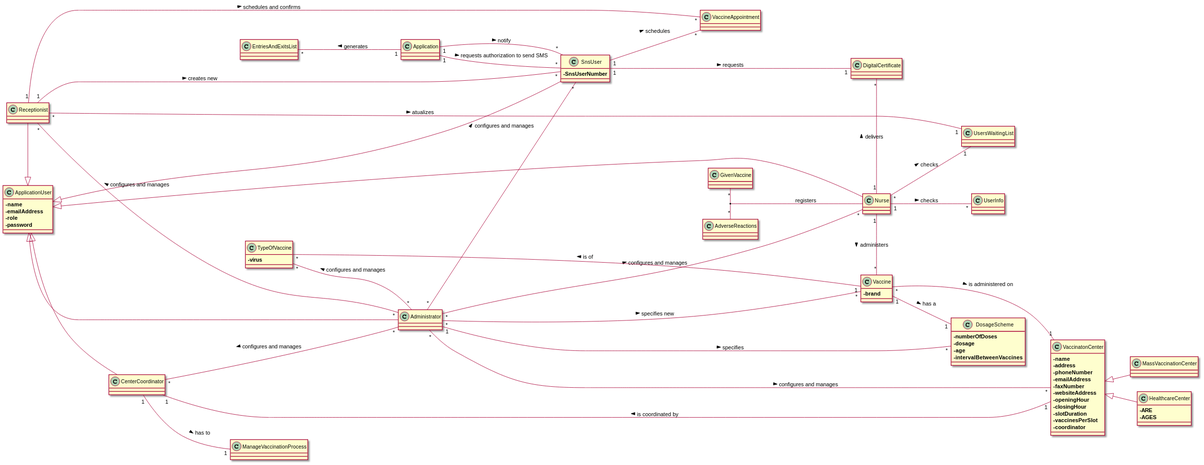
The PlantUML diagram docs/SprintB/DM.svg in Pirussa/lei-22-s2-1da-g02, before a commit.
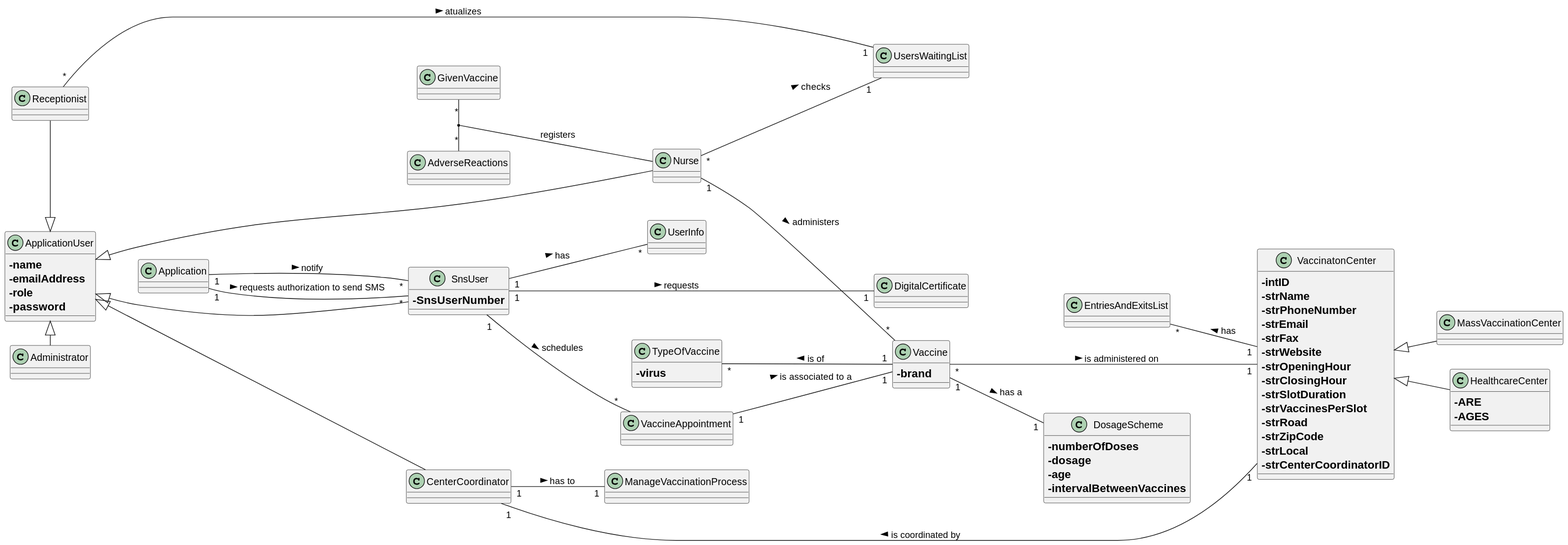
The same diagram one commit later.

Diff of the diagram source:
```diff
@@ -17,12 +17,11 @@
 }
 
 ApplicationUser <|--- SnsUser
-ApplicationUser <|-- Nurse
+ApplicationUser <|---- Nurse
 ApplicationUser <|-left- Receptionist
 ApplicationUser <|- Administrator
 ApplicationUser <|--- CenterCoordinator
 
-Receptionist "1" - "*" SnsUser : creates new >
 
 
 class Receptionist
@@ -31,28 +30,23 @@
 
 class CenterCoordinator
 
-Administrator "*" -- "*" SnsUser : configures and manages  >
-Administrator "*" - "*" Nurse : configures and manages >
-Administrator "*" -l- "*" Receptionist : configures and manages >
-Administrator "*" -- "*" VaccinatonCenter : configures and manages >
-Administrator "*" -up-- "*" CenterCoordinator : configures and manages >
-Administrator "*" -up- "*" TypeOfVaccine : configures and manages >
-Administrator "*" -- "*" Vaccine : specifies new >
-Administrator "1" - "*" DosageScheme : specifies  >
 
 
 class VaccinatonCenter {
-==-name
-==-address
-==-phoneNumber
-==-emailAddress
-==-faxNumber
-==-websiteAddress
-==-openingHour
-==-closingHour
-==-slotDuration
-==-vaccinesPerSlot
-==-coordinator
+==-intID
+==-strName
+==-strPhoneNumber
+==-strEmail
+==-strFax
+==-strWebsite
+==-strOpeningHour
+==-strClosingHour
+==-strSlotDuration
+==-strVaccinesPerSlot
+==-strRoad
+==-strZipCode
+==-strLocal
+==-strCenterCoordinatorID
  }
 
 class MassVaccinationCenter extends VaccinatonCenter {
@@ -86,13 +80,11 @@
 
 class DigitalCertificate
 
-Nurse "1" -left "*" DigitalCertificate : delivers >
 SnsUser "1" --- "1" DigitalCertificate : requests >
 
 class VaccineAppointment
 
 SnsUser "1" -- "*" VaccineAppointment : schedules >
-Receptionist "1" - "*" VaccineAppointment : schedules and confirms >
 
 
 class UsersWaitingList
@@ -101,7 +93,11 @@
 Receptionist "*" - "1" UsersWaitingList : atualizes >
 Nurse "*" -- "1" UsersWaitingList : checks >
 Nurse "1" - "*" Vaccine : administers >
-Nurse "1" --  "*" UserInfo : checks >
+SnsUser "1" --  "*" UserInfo : has >
+VaccineAppointment "1" -- "1" Vaccine : is associated to a >
+
+
+
 
 class GivenVaccine
 class AdverseReactions
@@ -120,5 +116,6 @@
 
 Application "1" -- "*" SnsUser : requests authorization to send SMS >
 Application "1" -- "*" SnsUser : notify >
-Application "1" -up- "*" EntriesAndExitsList : generates >
+VaccinatonCenter "1" -up- "*" EntriesAndExitsList : has >
+
 @enduml
```
